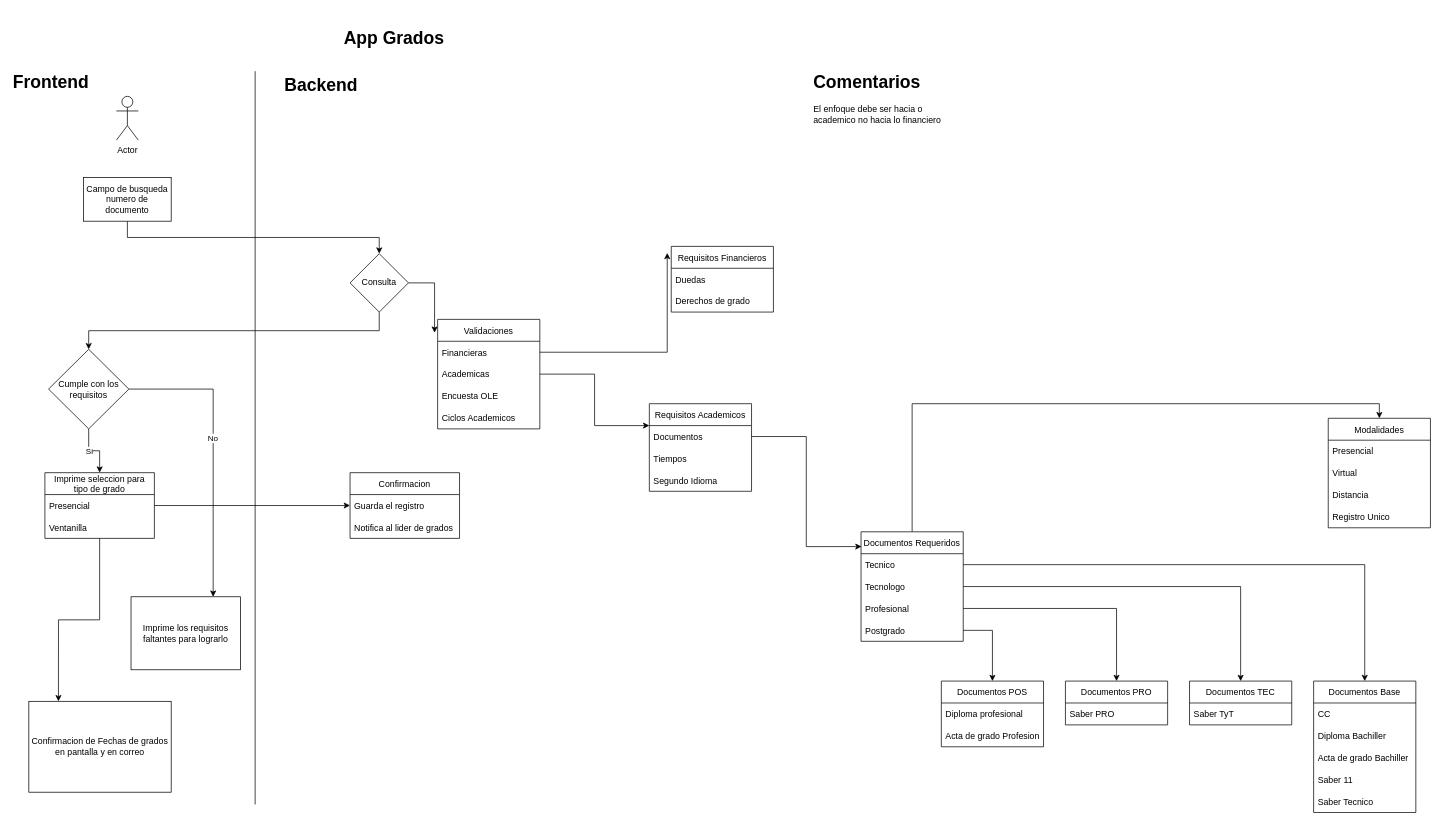
Before: flujo-inicial.drawio in DevOps-CUN/docs-apps-grados, a draw.io diagram. Source tidied: cells renumbered, new cells numbered last; positions are measured from the earlier drawing's top-left corner, leaving out a move shared by most shapes. Both pictures are drawn from the tidied source at 73%, with x=0, y=0 at pixel (14, 12).
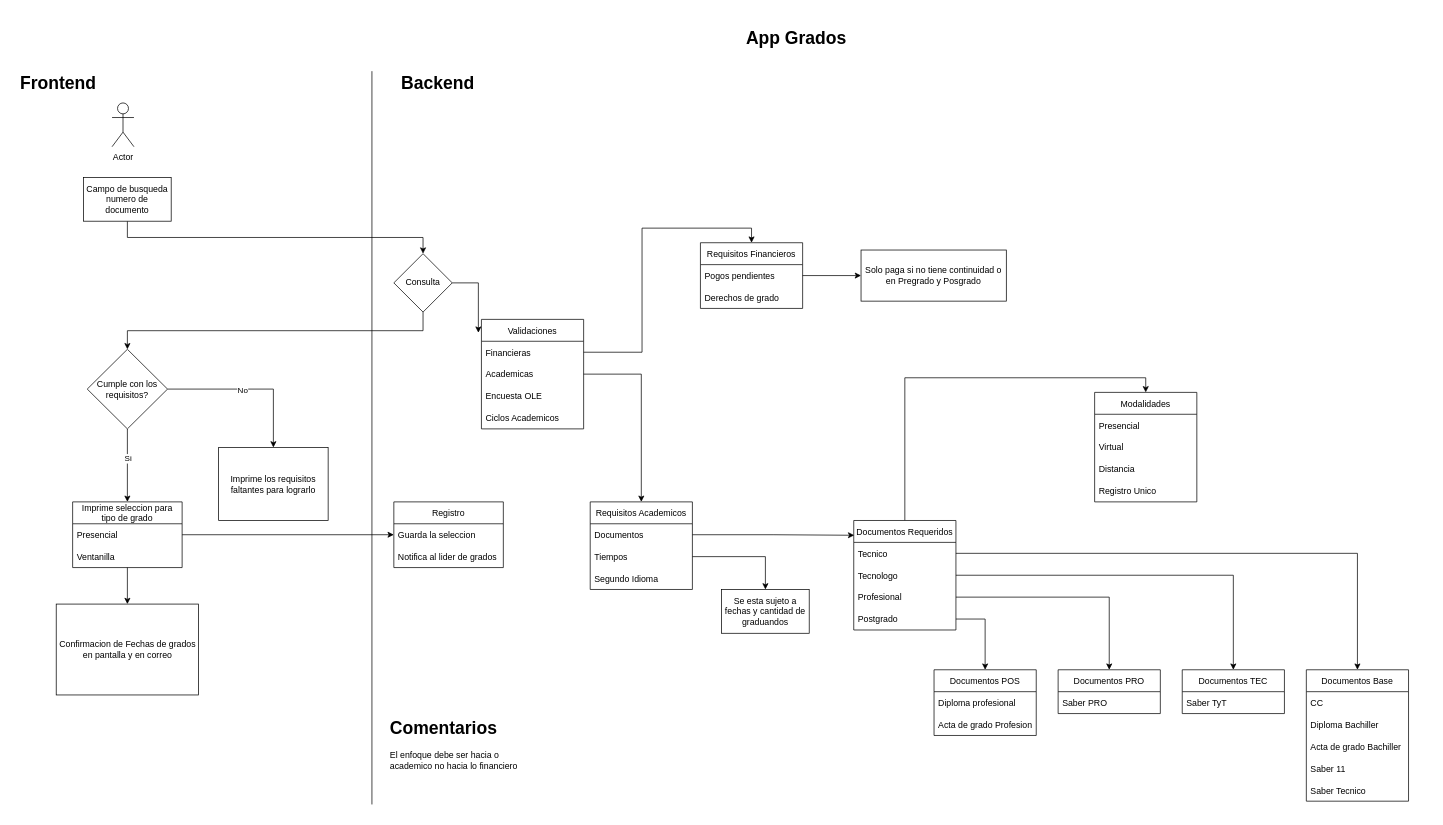
After the change.

Commit message:
primera version compartida

Unchanged cells that the change refers to:
```xml
<mxCell id="13" value="Financieras" style="text;strokeColor=none;fillColor=none;align=left;verticalAlign=middle;spacingLeft=4;spacingRight=4;overflow=hidden;points=[[0,0.5],[1,0.5]];portConstraint=eastwest;" parent="12" vertex="1">
  <mxGeometry y="30" width="140" height="30" as="geometry" />
</mxCell>
<mxCell id="14" value="Academicas" style="text;strokeColor=none;fillColor=none;align=left;verticalAlign=middle;spacingLeft=4;spacingRight=4;overflow=hidden;points=[[0,0.5],[1,0.5]];portConstraint=eastwest;" parent="12" vertex="1">
  <mxGeometry y="60" width="140" height="30" as="geometry" />
</mxCell>
<mxCell id="48" value="Tiempos" style="text;strokeColor=none;fillColor=none;align=left;verticalAlign=middle;spacingLeft=4;spacingRight=4;overflow=hidden;points=[[0,0.5],[1,0.5]];portConstraint=eastwest;" parent="46" vertex="1">
  <mxGeometry y="60" width="140" height="30" as="geometry" />
</mxCell>
```

The edit, as a diff of the source:
```diff
@@
     <mxCell id="4" style="endArrow=none;html=1;rounded=0;" parent="1" edge="1">
       <mxGeometry relative="1" as="geometry">
-        <mxPoint x="330" y="1084.5" as="sourcePoint" />
-        <mxPoint x="330" y="80" as="targetPoint" />
+        <mxPoint x="490" y="1084.5" as="sourcePoint" />
+        <mxPoint x="490" y="80" as="targetPoint" />
       </mxGeometry>
     </mxCell>
     <mxCell id="5" value="Frontend" style="text;strokeColor=none;fillColor=none;html=1;fontSize=24;fontStyle=1;verticalAlign=middle;align=center;" parent="1" vertex="1">
-      <mxGeometry y="74.5" width="100" height="40" as="geometry" />
+      <mxGeometry x="10" y="76.5" width="100" height="40" as="geometry" />
     </mxCell>
     <mxCell id="6" value="Imprime los requisitos faltantes para lograrlo" style="rounded=0;whiteSpace=wrap;html=1;" parent="1" vertex="1">
-      <mxGeometry x="160" y="800" width="150" height="100" as="geometry" />
+      <mxGeometry x="280" y="595.5" width="150" height="100" as="geometry" />
     </mxCell>
@@
     <mxCell id="9" value="Consulta" style="rhombus;whiteSpace=wrap;html=1;" parent="1" vertex="1">
-      <mxGeometry x="460" y="330" width="80" height="80" as="geometry" />
+      <mxGeometry x="520" y="330" width="80" height="80" as="geometry" />
     </mxCell>
     <mxCell id="10" value="Backend" style="text;strokeColor=none;fillColor=none;html=1;fontSize=24;fontStyle=1;verticalAlign=middle;align=center;" parent="1" vertex="1">
-      <mxGeometry x="320" y="80" width="200" height="40" as="geometry" />
+      <mxGeometry x="480" y="76.5" width="200" height="40" as="geometry" />
     </mxCell>
     <mxCell id="11" value="App Grados" style="text;strokeColor=none;fillColor=none;html=1;fontSize=24;fontStyle=1;verticalAlign=middle;align=center;" parent="1" vertex="1">
-      <mxGeometry x="310" width="420" height="70" as="geometry" />
+      <mxGeometry x="861" width="420" height="70" as="geometry" />
     </mxCell>
     <mxCell id="12" value="Validaciones" style="swimlane;fontStyle=0;horizontal=1;startSize=30;" parent="1" vertex="1">
-      <mxGeometry x="580" y="420" width="140" height="150" as="geometry" />
+      <mxGeometry x="640" y="420" width="140" height="150" as="geometry" />
     </mxCell>
@@
     <mxCell id="17" value="Actor" style="shape=umlActor;verticalLabelPosition=bottom;verticalAlign=top;html=1;" parent="1" vertex="1">
-      <mxGeometry x="140" y="114.5" width="30" height="60" as="geometry" />
+      <mxGeometry x="134" y="123.5" width="30" height="60" as="geometry" />
     </mxCell>
@@
     <mxCell id="19" value="Documentos Requeridos" style="swimlane;fontStyle=0;horizontal=1;startSize=30;" parent="1" vertex="1">
-      <mxGeometry x="1160" y="711" width="140" height="150" as="geometry" />
+      <mxGeometry x="1150" y="695.5" width="140" height="150" as="geometry" />
     </mxCell>
@@
     <mxCell id="24" value="Modalidades" style="swimlane;fontStyle=0;horizontal=1;startSize=30;" parent="1" vertex="1">
-      <mxGeometry x="1800" y="555.5" width="140" height="150" as="geometry" />
+      <mxGeometry x="1480" y="520" width="140" height="150" as="geometry" />
     </mxCell>
@@
     <mxCell id="29" value="Documentos Base" style="swimlane;fontStyle=0;horizontal=1;startSize=30;" parent="1" vertex="1">
-      <mxGeometry x="1780" y="915.5" width="140" height="180" as="geometry" />
+      <mxGeometry x="1770" y="900" width="140" height="180" as="geometry" />
     </mxCell>
@@
     <mxCell id="36" value="Documentos TEC" style="swimlane;fontStyle=0;horizontal=1;startSize=30;" parent="1" vertex="1">
-      <mxGeometry x="1610" y="915.5" width="140" height="60" as="geometry" />
+      <mxGeometry x="1600" y="900" width="140" height="60" as="geometry" />
     </mxCell>
@@
     <mxCell id="38" value="Documentos PRO" style="swimlane;fontStyle=0;horizontal=1;startSize=30;" parent="1" vertex="1">
-      <mxGeometry x="1440" y="915.5" width="140" height="60" as="geometry" />
+      <mxGeometry x="1430" y="900" width="140" height="60" as="geometry" />
     </mxCell>
@@
     <mxCell id="40" value="Documentos POS" style="swimlane;fontStyle=0;horizontal=1;startSize=30;" parent="1" vertex="1">
-      <mxGeometry x="1270" y="915.5" width="140" height="90" as="geometry" />
+      <mxGeometry x="1260" y="900" width="140" height="90" as="geometry" />
     </mxCell>
@@
     <mxCell id="46" value="Requisitos Academicos" style="swimlane;fontStyle=0;horizontal=1;startSize=30;" parent="1" vertex="1">
-      <mxGeometry x="870" y="535.5" width="140" height="120" as="geometry" />
+      <mxGeometry x="789" y="670" width="140" height="120" as="geometry" />
     </mxCell>
@@
-    <mxCell id="50" style="edgeStyle=orthogonalEdgeStyle;rounded=0;jettySize=auto;html=1;exitX=1;exitY=0.5;exitDx=0;exitDy=0;entryX=0;entryY=0.25;entryDx=0;entryDy=0;" parent="1" edge="1" source="14" target="46">
-      <mxGeometry relative="1" as="geometry" />
-    </mxCell>
@@
     <mxCell id="52" value="Requisitos Financieros" style="swimlane;fontStyle=0;horizontal=1;startSize=30;" parent="1" vertex="1">
-      <mxGeometry x="900" y="320" width="140" height="90" as="geometry" />
+      <mxGeometry x="940" y="315" width="140" height="90" as="geometry" />
     </mxCell>
-    <mxCell id="53" value="Duedas " style="text;strokeColor=none;fillColor=none;align=left;verticalAlign=middle;spacingLeft=4;spacingRight=4;overflow=hidden;points=[[0,0.5],[1,0.5]];portConstraint=eastwest;" parent="52" vertex="1">
+    <mxCell id="53" value="Pogos pendientes" style="text;strokeColor=none;fillColor=none;align=left;verticalAlign=middle;spacingLeft=4;spacingRight=4;overflow=hidden;points=[[0,0.5],[1,0.5]];portConstraint=eastwest;" parent="52" vertex="1">
       <mxGeometry y="30" width="140" height="30" as="geometry" />
     </mxCell>
@@
-    <mxCell id="55" style="edgeStyle=orthogonalEdgeStyle;rounded=0;jettySize=auto;html=1;exitX=1;exitY=0.5;exitDx=0;exitDy=0;entryX=-0.039;entryY=0.1;entryDx=0;entryDy=0;entryPerimeter=0;" parent="1" edge="1" source="13" target="52">
-      <mxGeometry relative="1" as="geometry" />
-    </mxCell>
     <mxCell id="56" value="&lt;h1&gt;Comentarios&lt;/h1&gt;&lt;p&gt;El enfoque debe ser hacia o academico no hacia lo financiero&lt;/p&gt;&lt;p&gt;&lt;br&gt;&lt;/p&gt;" style="text;html=1;strokeColor=none;fillColor=none;spacing=5;spacingTop=-20;whiteSpace=wrap;overflow=hidden;rounded=0;" parent="1" vertex="1">
-      <mxGeometry x="1090" y="74.5" width="190" height="120" as="geometry" />
+      <mxGeometry x="510" y="960" width="190" height="120" as="geometry" />
     </mxCell>
-    <mxCell id="57" style="edgeStyle=orthogonalEdgeStyle;rounded=0;jettySize=auto;html=1;exitX=1;exitY=0.5;exitDx=0;exitDy=0;entryX=0.75;entryY=0;entryDx=0;entryDy=0;" parent="1" edge="1" source="61" target="6">
+    <mxCell id="57" style="edgeStyle=orthogonalEdgeStyle;rounded=0;jettySize=auto;html=1;exitX=1;exitY=0.5;exitDx=0;exitDy=0;" parent="1" edge="1" source="61" target="6">
       <mxGeometry relative="1" as="geometry" />
     </mxCell>
@@
-    <mxCell id="61" value="Cumple con los requisitos" style="rhombus;whiteSpace=wrap;html=1;" parent="1" vertex="1">
-      <mxGeometry x="47" y="461" width="110" height="109" as="geometry" />
+    <mxCell id="61" value="Cumple con los requisitos?" style="rhombus;whiteSpace=wrap;html=1;" parent="1" vertex="1">
+      <mxGeometry x="100" y="461" width="110" height="109" as="geometry" />
     </mxCell>
-    <mxCell id="62" style="edgeStyle=orthogonalEdgeStyle;rounded=0;jettySize=auto;html=1;exitX=0.5;exitY=1;exitDx=0;exitDy=0;entryX=0.208;entryY=0;entryDx=0;entryDy=0;entryPerimeter=0;" parent="1" edge="1" source="63" target="66">
+    <mxCell id="62" style="edgeStyle=orthogonalEdgeStyle;rounded=0;jettySize=auto;html=1;exitX=0.5;exitY=1;exitDx=0;exitDy=0;" parent="1" edge="1" source="63" target="66">
       <mxGeometry relative="1" as="geometry" />
     </mxCell>
     <mxCell id="63" value="Imprime seleccion para &#10;tipo de grado" style="swimlane;fontStyle=0;horizontal=1;startSize=30;" parent="1" vertex="1">
-      <mxGeometry x="42" y="630" width="150" height="90" as="geometry" />
+      <mxGeometry x="80" y="670" width="150" height="90" as="geometry" />
     </mxCell>
@@
     <mxCell id="66" value="Confirmacion de Fechas de grados en pantalla y en correo" style="rounded=0;whiteSpace=wrap;html=1;" parent="1" vertex="1">
-      <mxGeometry x="20" y="943.2" width="195" height="124.5" as="geometry" />
+      <mxGeometry x="57.5" y="810" width="195" height="124.5" as="geometry" />
     </mxCell>
-    <mxCell id="67" value="Confirmacion" style="swimlane;fontStyle=0;horizontal=1;startSize=30;" parent="1" vertex="1">
-      <mxGeometry x="460" y="630" width="150" height="90" as="geometry" />
+    <mxCell id="67" value="Registro" style="swimlane;fontStyle=0;horizontal=1;startSize=30;" parent="1" vertex="1">
+      <mxGeometry x="520" y="670" width="150" height="90" as="geometry" />
     </mxCell>
-    <mxCell id="68" value="Guarda el registro" style="text;strokeColor=none;fillColor=none;align=left;verticalAlign=middle;spacingLeft=4;spacingRight=4;overflow=hidden;points=[[0,0.5],[1,0.5]];portConstraint=eastwest;" parent="67" vertex="1">
+    <mxCell id="68" value="Guarda la seleccion" style="text;strokeColor=none;fillColor=none;align=left;verticalAlign=middle;spacingLeft=4;spacingRight=4;overflow=hidden;points=[[0,0.5],[1,0.5]];portConstraint=eastwest;" parent="67" vertex="1">
       <mxGeometry y="30" width="150" height="30" as="geometry" />
     </mxCell>
@@
+    <mxCell id="71" value="&lt;span style=&quot;text-align: left;&quot;&gt;Solo paga si no tiene continuidad o en Pregrado y Posgrado&lt;/span&gt;" style="rounded=0;whiteSpace=wrap;html=1;" parent="1" vertex="1">
+      <mxGeometry x="1160" y="325" width="199" height="70" as="geometry" />
+    </mxCell>
+    <mxCell id="72" style="edgeStyle=orthogonalEdgeStyle;rounded=0;jettySize=auto;html=1;exitX=1;exitY=0.5;exitDx=0;exitDy=0;" parent="1" edge="1" source="53" target="71">
+      <mxGeometry relative="1" as="geometry" />
+    </mxCell>
+    <mxCell id="55" style="edgeStyle=orthogonalEdgeStyle;rounded=0;jettySize=auto;html=1;exitX=1;exitY=0.5;exitDx=0;exitDy=0;entryX=0.5;entryY=0;entryDx=0;entryDy=0;" parent="1" edge="1" source="13" target="52">
+      <mxGeometry relative="1" as="geometry" />
+    </mxCell>
+    <mxCell id="50" style="edgeStyle=orthogonalEdgeStyle;rounded=0;jettySize=auto;html=1;exitX=1;exitY=0.5;exitDx=0;exitDy=0;entryX=0.5;entryY=0;entryDx=0;entryDy=0;" parent="1" edge="1" source="14" target="46">
+      <mxGeometry relative="1" as="geometry" />
+    </mxCell>
+    <mxCell id="73" value="Se esta sujeto a fechas y cantidad de graduandos" style="rounded=0;whiteSpace=wrap;html=1;" parent="1" vertex="1">
+      <mxGeometry x="969" y="790" width="120" height="60" as="geometry" />
+    </mxCell>
+    <mxCell id="74" style="edgeStyle=orthogonalEdgeStyle;rounded=0;jettySize=auto;html=1;exitX=1;exitY=0.5;exitDx=0;exitDy=0;entryX=0.5;entryY=0;entryDx=0;entryDy=0;" parent="1" edge="1" source="48" target="73">
+      <mxGeometry relative="1" as="geometry" />
+    </mxCell>
```
